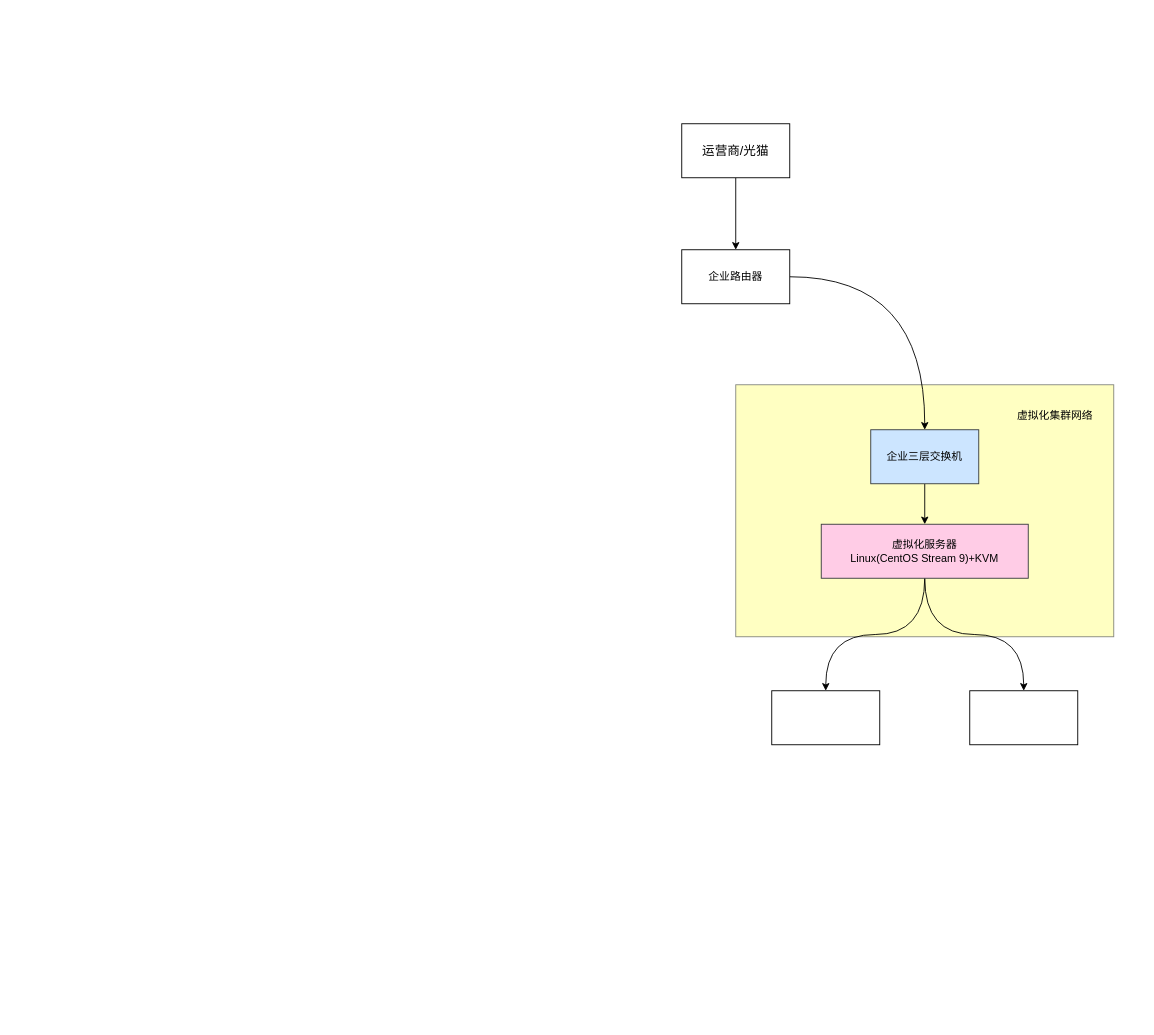
Above: 论文设备拓扑.drawio in lrAltas/DrwaIO (draw.io), before the change. Source tidied: cells renumbered, new cells numbered last; positions are measured from the earlier drawing's top-left corner, leaving out a move shared by most shapes. Both pictures are drawn from the tidied source at 90%, with x=0, y=0 at pixel (681, 123).
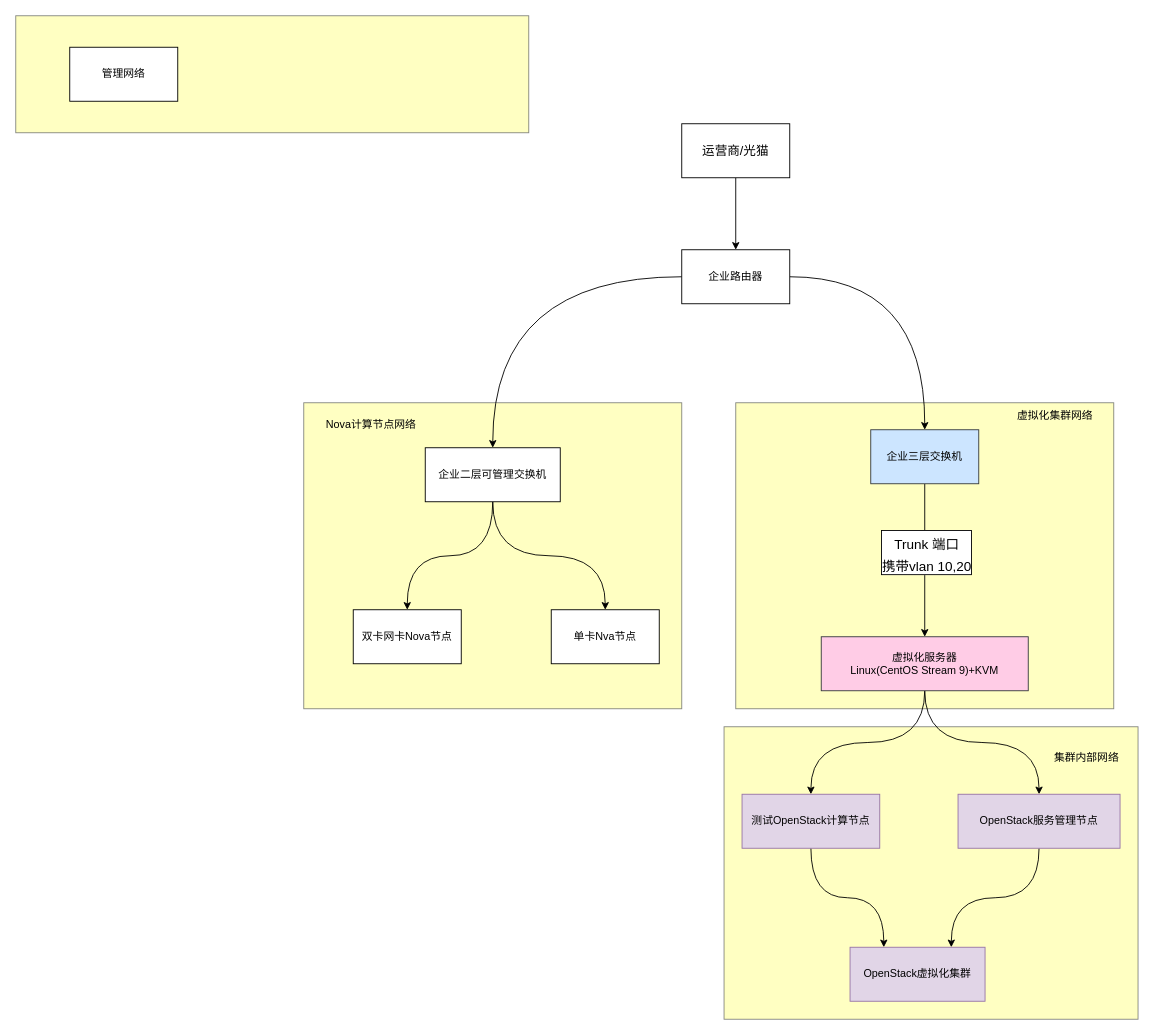
After the change.

Commit message (it also covers changes not shown here):
更新论文设备拓扑.drawio

The change refers to these unchanged cells:
```xml
<mxCell id="6" value="企业路由器" style="whiteSpace=wrap;html=1;rounded=0;" parent="1" vertex="1">
  <mxGeometry y="140" width="120" height="60" as="geometry" />
</mxCell>
<mxCell id="7" style="edgeStyle=orthogonalEdgeStyle;rounded=0;jettySize=auto;html=1;" parent="1" edge="1" source="8" target="11">
  <mxGeometry relative="1" as="geometry" />
</mxCell>
```

The edit, as a diff of the source:
```diff
@@
+    <mxCell id="15" style="rounded=0;whiteSpace=wrap;html=1;fillColor=#FFFF99;strokeColor=#36393d;opacity=60;" parent="1" vertex="1">
+      <mxGeometry x="-420" y="310" width="420" height="340" as="geometry" />
+    </mxCell>
+    <mxCell id="16" style="rounded=0;whiteSpace=wrap;html=1;fillColor=#FFFF99;strokeColor=#36393d;opacity=60;" parent="1" vertex="1">
+      <mxGeometry x="47" y="670" width="460" height="325" as="geometry" />
+    </mxCell>
     <mxCell id="2" style="rounded=0;whiteSpace=wrap;html=1;fillColor=#FFFF99;strokeColor=#36393d;opacity=60;" parent="1" vertex="1">
-      <mxGeometry x="60" y="290" width="420" height="280" as="geometry" />
+      <mxGeometry x="60" y="310" width="420" height="340" as="geometry" />
     </mxCell>
@@
+    <mxCell id="17" style="edgeStyle=orthogonalEdgeStyle;rounded=0;jettySize=auto;html=1;curved=1;" parent="1" edge="1" source="6" target="25">
+      <mxGeometry relative="1" as="geometry" />
+    </mxCell>
@@
+    <mxCell id="18" value="&lt;div style=&quot;line-height: 200%;&quot;&gt;Trunk 端口&lt;/div&gt;&lt;div&gt;携带vlan 10,20&lt;/div&gt;" style="edgeLabel;html=1;align=center;verticalAlign=middle;arcSize=12;noLabel=0;fixedWidth=0;fontSize=15;spacing=2;labelBorderColor=default;labelPadding=0;textShadow=0;" parent="7" vertex="1">
+      <mxGeometry relative="1" as="geometry">
+        <mxPoint x="1" y="-10" as="offset" />
+      </mxGeometry>
+    </mxCell>
@@
     <mxCell id="11" value="&lt;div&gt;虚拟化服务器&lt;/div&gt;&lt;div&gt;Linux(CentOS Stream 9)+KVM&lt;/div&gt;" style="whiteSpace=wrap;html=1;rounded=0;fillColor=#FFCCE6;strokeColor=#36393d;" parent="1" vertex="1">
-      <mxGeometry x="155" y="445" width="230" height="60" as="geometry" />
+      <mxGeometry x="155" y="570" width="230" height="60" as="geometry" />
     </mxCell>
+    <mxCell id="19" style="edgeStyle=orthogonalEdgeStyle;rounded=0;jettySize=auto;html=1;curved=1;entryX=0.25;entryY=0;entryDx=0;entryDy=0;" parent="1" edge="1" source="12" target="21">
+      <mxGeometry relative="1" as="geometry" />
+    </mxCell>
-    <mxCell id="12" style="whiteSpace=wrap;html=1;rounded=0;" parent="1" vertex="1">
-      <mxGeometry x="100" y="630" width="120" height="60" as="geometry" />
+    <mxCell id="12" value="测试OpenStack计算节点" style="whiteSpace=wrap;html=1;rounded=0;fillColor=#e1d5e7;strokeColor=#9673a6;fillStyle=auto;" parent="1" vertex="1">
+      <mxGeometry x="67" y="745" width="153" height="60" as="geometry" />
     </mxCell>
+    <mxCell id="20" style="edgeStyle=orthogonalEdgeStyle;rounded=0;jettySize=auto;html=1;curved=1;entryX=0.75;entryY=0;entryDx=0;entryDy=0;" parent="1" edge="1" source="13" target="21">
+      <mxGeometry relative="1" as="geometry" />
+    </mxCell>
-    <mxCell id="13" style="whiteSpace=wrap;html=1;rounded=0;" parent="1" vertex="1">
-      <mxGeometry x="320" y="630" width="120" height="60" as="geometry" />
+    <mxCell id="13" value="OpenStack服务管理节点" style="whiteSpace=wrap;html=1;rounded=0;fillColor=#e1d5e7;strokeColor=#9673a6;" parent="1" vertex="1">
+      <mxGeometry x="307" y="745" width="180" height="60" as="geometry" />
     </mxCell>
@@
+    <mxCell id="21" value="OpenStack虚拟化集群" style="whiteSpace=wrap;html=1;rounded=0;fillColor=#e1d5e7;strokeColor=#9673a6;" parent="1" vertex="1">
+      <mxGeometry x="187" y="915" width="150" height="60" as="geometry" />
+    </mxCell>
+    <mxCell id="22" value="集群内部网络" style="text;html=1;whiteSpace=wrap;strokeColor=none;fillColor=none;align=center;verticalAlign=middle;rounded=0;" parent="1" vertex="1">
+      <mxGeometry x="400" y="690" width="100" height="30" as="geometry" />
+    </mxCell>
+    <mxCell id="23" style="edgeStyle=orthogonalEdgeStyle;rounded=0;jettySize=auto;html=1;curved=1;" parent="1" edge="1" source="25" target="26">
+      <mxGeometry relative="1" as="geometry" />
+    </mxCell>
+    <mxCell id="24" style="edgeStyle=orthogonalEdgeStyle;rounded=0;jettySize=auto;html=1;curved=1;" parent="1" edge="1" source="25" target="27">
+      <mxGeometry relative="1" as="geometry" />
+    </mxCell>
+    <mxCell id="25" value="企业二层可管理交换机" style="whiteSpace=wrap;html=1;rounded=0;" parent="1" vertex="1">
+      <mxGeometry x="-285" y="360" width="150" height="60" as="geometry" />
+    </mxCell>
+    <mxCell id="26" value="双卡网卡Nova节点" style="whiteSpace=wrap;html=1;rounded=0;" parent="1" vertex="1">
+      <mxGeometry x="-365" y="540" width="120" height="60" as="geometry" />
+    </mxCell>
+    <mxCell id="27" value="单卡Nva节点" style="whiteSpace=wrap;html=1;rounded=0;" parent="1" vertex="1">
+      <mxGeometry x="-145" y="540" width="120" height="60" as="geometry" />
+    </mxCell>
+    <mxCell id="28" value="&lt;div&gt;Nova计算节点网络&lt;/div&gt;" style="text;html=1;whiteSpace=wrap;strokeColor=none;fillColor=none;align=center;verticalAlign=middle;rounded=0;" parent="1" vertex="1">
+      <mxGeometry x="-405" y="320" width="120" height="30" as="geometry" />
+    </mxCell>
+    <mxCell id="29" style="rounded=0;whiteSpace=wrap;html=1;fillColor=#FFFF99;strokeColor=#36393d;opacity=60;" parent="1" vertex="1">
+      <mxGeometry x="-740" y="-120" width="570" height="130" as="geometry" />
+    </mxCell>
+    <mxCell id="30" value="管理网络" style="whiteSpace=wrap;html=1;" parent="1" vertex="1">
+      <mxGeometry x="-680" y="-85" width="120" height="60" as="geometry" />
+    </mxCell>
```
